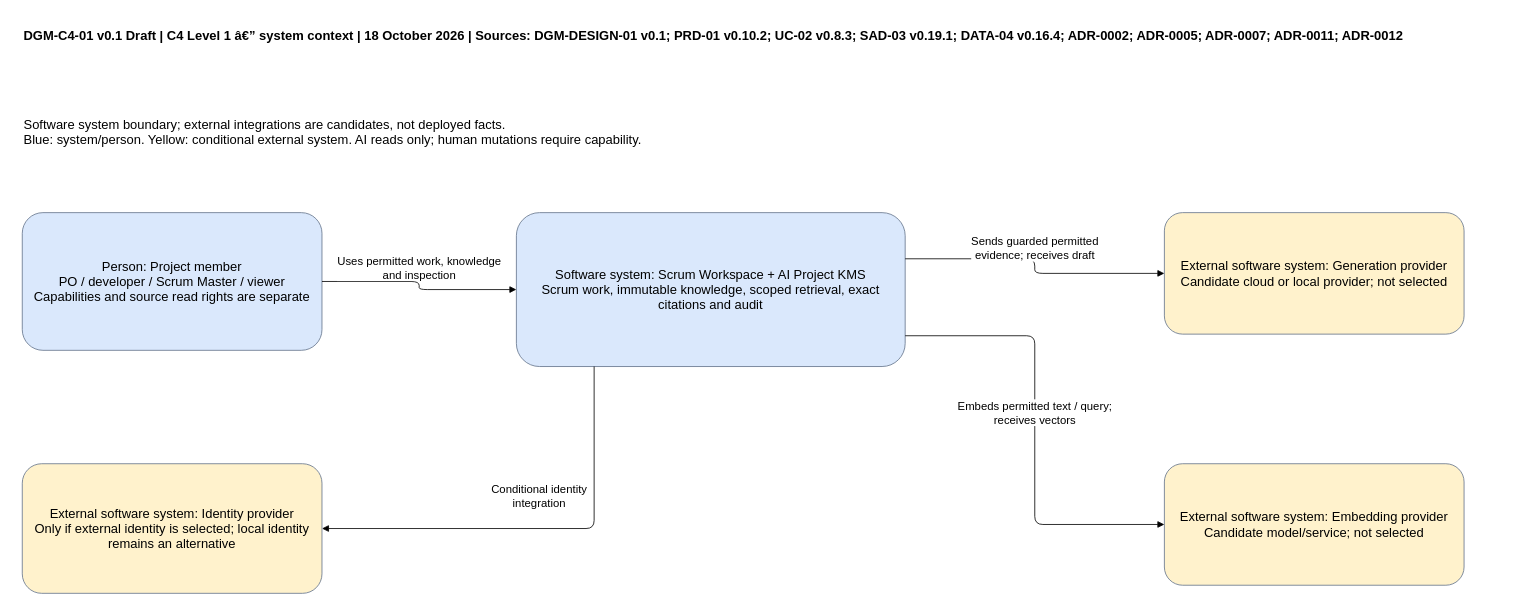
Earlier version of the draw.io diagram docs/sdlc/diagrams/c4/system-context.drawio (900M100CK/scrum-workspace-KMS-ai). Source tidied: cells renumbered, new cells numbered last; positions are measured from the earlier drawing's top-left corner, leaving out a move shared by most shapes. Both pictures are drawn from the tidied source at 81%, with x=0, y=0 at pixel (14, 14).
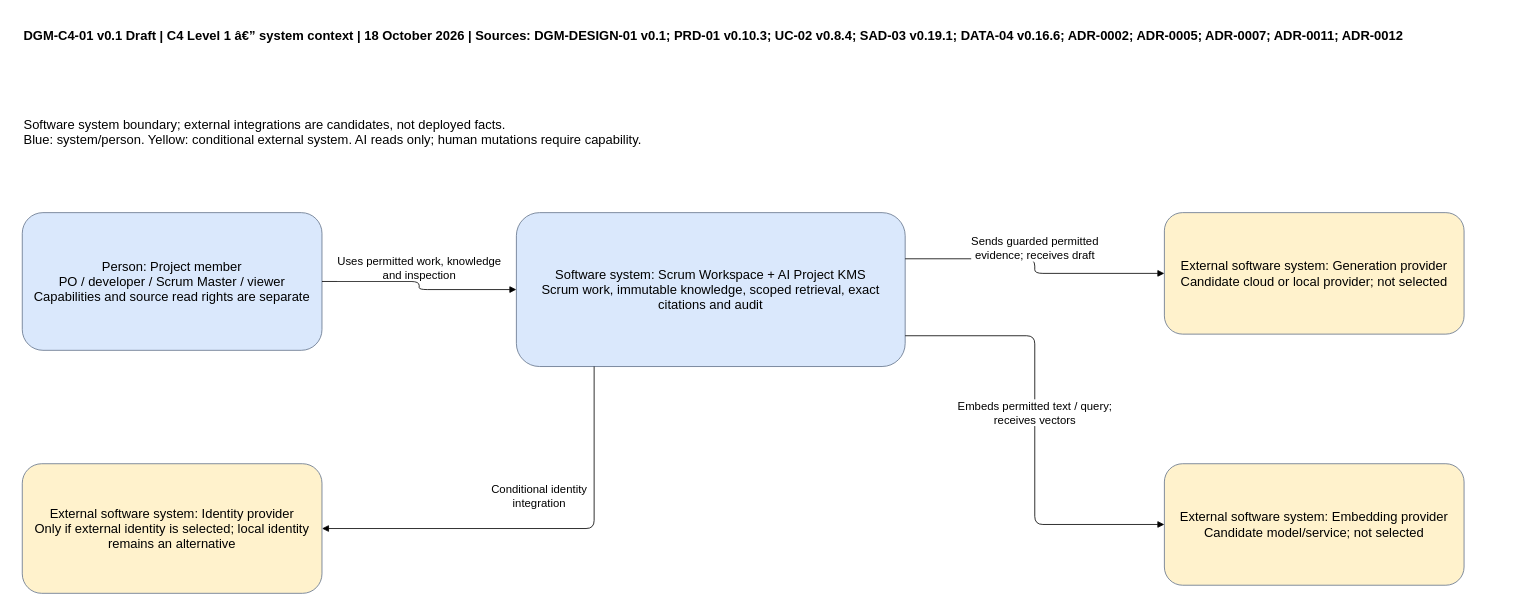
After the change.

Diff of the diagram source:
```diff
@@
 <mxGraphModel>
   <root>
     <mxCell id="0" />
     <mxCell id="1" parent="0" />
     <mxCell id="2" value="Person: Project member&lt;br/&gt;PO / developer / Scrum Master / viewer&lt;br/&gt;Capabilities and source read rights are separate" style="rounded=1;fillColor=#dae8fc;strokeColor=#64748b;whiteSpace=wrap;html=1;fontSize=16;spacing=12;" parent="1" vertex="1">
       <mxGeometry x="10" y="245" width="370" height="170" as="geometry" />
     </mxCell>
     <mxCell id="3" value="Software system: Scrum Workspace + AI Project KMS&lt;br/&gt;Scrum work, immutable knowledge, scoped retrieval, exact citations and audit" style="rounded=1;fillColor=#dae8fc;strokeColor=#64748b;whiteSpace=wrap;html=1;fontSize=16;spacing=12;" parent="1" vertex="1">
       <mxGeometry x="620" y="245" width="480" height="190" as="geometry" />
     </mxCell>
     <mxCell id="4" value="External software system: Generation provider&lt;br/&gt;Candidate cloud or local provider; not selected" style="rounded=1;fillColor=#fff2cc;strokeColor=#64748b;whiteSpace=wrap;html=1;fontSize=16;spacing=12;" parent="1" vertex="1">
       <mxGeometry x="1420" y="245" width="370" height="150" as="geometry" />
     </mxCell>
     <mxCell id="5" value="External software system: Embedding provider&lt;br/&gt;Candidate model/service; not selected" style="rounded=1;fillColor=#fff2cc;strokeColor=#64748b;whiteSpace=wrap;html=1;fontSize=16;spacing=12;" parent="1" vertex="1">
       <mxGeometry x="1420" y="555" width="370" height="150" as="geometry" />
     </mxCell>
     <mxCell id="6" value="External software system: Identity provider&lt;br/&gt;Only if external identity is selected; local identity remains an alternative" style="rounded=1;fillColor=#fff2cc;strokeColor=#64748b;whiteSpace=wrap;html=1;fontSize=16;spacing=12;" parent="1" vertex="1">
       <mxGeometry x="10" y="555" width="370" height="160" as="geometry" />
     </mxCell>
     <mxCell id="7" value="Uses permitted work, knowledge&lt;br/&gt;and inspection" style="edgeStyle=none;rounded=1;jettySize=auto;html=1;fontSize=14;labelBackgroundColor=#ffffff;endArrow=block;edgeStyle=orthogonalEdgeStyle;exitX=1;exitY=0.5;entryX=0;entryY=0.5;exitPerimeter=0;entryPerimeter=0;" parent="1" edge="1" source="2" target="3">
       <mxGeometry relative="1" as="geometry">
         <mxPoint y="-22" as="offset" />
       </mxGeometry>
     </mxCell>
     <mxCell id="8" value="Sends guarded permitted&lt;br/&gt;evidence; receives draft" style="edgeStyle=none;rounded=1;jettySize=auto;html=1;fontSize=14;labelBackgroundColor=#ffffff;endArrow=block;edgeStyle=orthogonalEdgeStyle;exitX=1;exitY=0.3;entryX=0;entryY=0.5;exitPerimeter=0;entryPerimeter=0;" parent="1" edge="1" source="3" target="4">
       <mxGeometry relative="1" as="geometry">
         <mxPoint y="-22" as="offset" />
       </mxGeometry>
     </mxCell>
     <mxCell id="9" value="Embeds permitted text / query;&lt;br/&gt;receives vectors" style="edgeStyle=none;rounded=1;jettySize=auto;html=1;fontSize=14;labelBackgroundColor=#ffffff;endArrow=block;edgeStyle=orthogonalEdgeStyle;exitX=1;exitY=0.8;entryX=0;entryY=0.5;exitPerimeter=0;entryPerimeter=0;" parent="1" edge="1" source="3" target="5">
       <mxGeometry relative="1" as="geometry">
         <Array as="points">
           <mxPoint x="1260" y="397" />
           <mxPoint x="1260" y="630" />
         </Array>
         <mxPoint y="-22" as="offset" />
       </mxGeometry>
     </mxCell>
     <mxCell id="10" value="Conditional identity&lt;br/&gt;integration" style="edgeStyle=none;rounded=1;jettySize=auto;html=1;fontSize=14;labelBackgroundColor=#ffffff;endArrow=block;edgeStyle=orthogonalEdgeStyle;exitX=0.2;exitY=1;entryX=1;entryY=0.5;exitPerimeter=0;entryPerimeter=0;" parent="1" edge="1" source="3" target="6">
       <mxGeometry relative="1" as="geometry">
         <Array as="points">
           <mxPoint x="716" y="635" />
         </Array>
         <mxPoint y="-40" as="offset" />
       </mxGeometry>
     </mxCell>
-    <mxCell id="11" value="DGM-C4-01 v0.1 Draft | C4 Level 1 â€” system context | 18 October 2026 | Sources: DGM-DESIGN-01 v0.1; PRD-01 v0.10.2; UC-02 v0.8.3; SAD-03 v0.19.1; DATA-04 v0.16.4; ADR-0002; ADR-0005; ADR-0007; ADR-0011; ADR-0012" style="text;align=left;fontStyle=1;whiteSpace=wrap;html=1;fontSize=16;spacing=12;" parent="1" vertex="1">
+    <mxCell id="11" value="DGM-C4-01 v0.1 Draft | C4 Level 1 â€” system context | 18 October 2026 | Sources: DGM-DESIGN-01 v0.1; PRD-01 v0.10.3; UC-02 v0.8.4; SAD-03 v0.19.1; DATA-04 v0.16.6; ADR-0002; ADR-0005; ADR-0007; ADR-0011; ADR-0012" style="text;align=left;fontStyle=1;whiteSpace=wrap;html=1;fontSize=16;spacing=12;" parent="1" vertex="1">
       <mxGeometry width="1840" height="105" as="geometry" />
     </mxCell>
     <mxCell id="12" value="Software system boundary; external integrations are candidates, not deployed facts.&lt;br/&gt;Blue: system/person. Yellow: conditional external system. AI reads only; human mutations require capability." style="text;align=left;whiteSpace=wrap;html=1;fontSize=16;spacing=12;" parent="1" vertex="1">
       <mxGeometry y="110" width="1840" height="75" as="geometry" />
     </mxCell>
   </root>
 </mxGraphModel>
```
